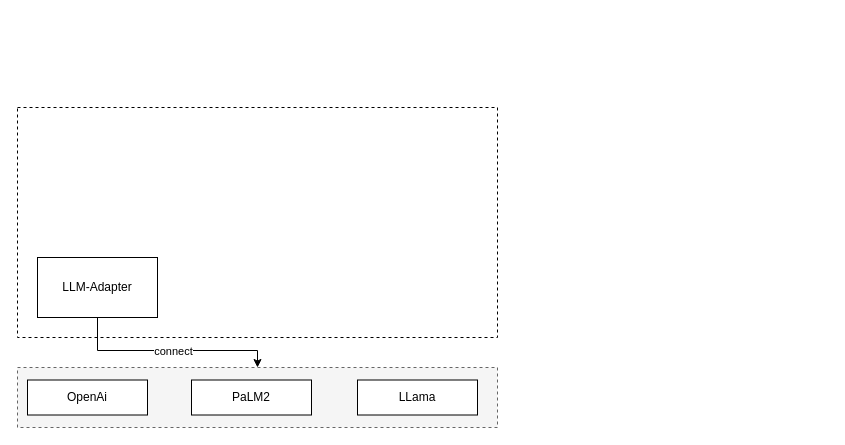
Above: agi_framework.drawio in learn2Pro/draw_io_save (draw.io), before the change. Source tidied: cells renumbered, new cells numbered last; positions are measured from the earlier drawing's top-left corner, leaving out a move shared by most shapes. Both pictures are drawn from the tidied source at 100%, with x=0, y=0 at pixel (17, 107).
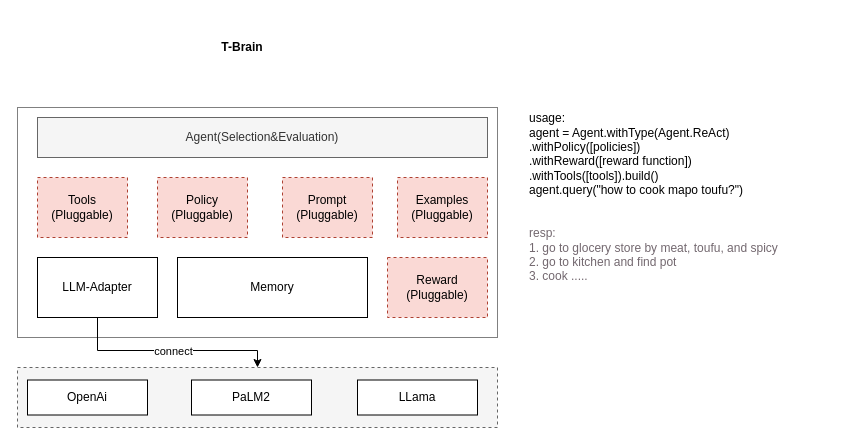
The same page after the edit.

Diff of the diagram source:
```diff
@@
-    <mxCell id="2" style="rounded=0;whiteSpace=wrap;html=1;dashed=1;" parent="1" vertex="1">
+    <mxCell id="2" style="rounded=0;whiteSpace=wrap;html=1;dashed=1;dashPattern=1 1;" parent="1" vertex="1">
       <mxGeometry width="480" height="230" as="geometry" />
     </mxCell>
@@
+    <mxCell id="10" value="Memory" style="rounded=0;whiteSpace=wrap;html=1;" parent="1" vertex="1">
+      <mxGeometry x="160" y="150" width="190" height="60" as="geometry" />
+    </mxCell>
+    <mxCell id="11" value="&lt;b&gt;T-Brain&lt;/b&gt;" style="text;html=1;strokeColor=none;fillColor=none;align=center;verticalAlign=middle;whiteSpace=wrap;rounded=0;" parent="1" vertex="1">
+      <mxGeometry x="110" y="-90" width="230" height="60" as="geometry" />
+    </mxCell>
+    <mxCell id="12" value="Tools&lt;br&gt;(Pluggable)" style="rounded=0;whiteSpace=wrap;html=1;fillColor=#fad9d5;strokeColor=#ae4132;dashed=1;" parent="1" vertex="1">
+      <mxGeometry x="20" y="70" width="90" height="60" as="geometry" />
+    </mxCell>
+    <mxCell id="13" value="Policy&lt;br&gt;(Pluggable)" style="rounded=0;whiteSpace=wrap;html=1;fillColor=#fad9d5;strokeColor=#ae4132;dashed=1;" parent="1" vertex="1">
+      <mxGeometry x="140" y="70" width="90" height="60" as="geometry" />
+    </mxCell>
+    <mxCell id="14" value="Prompt&lt;br&gt;(Pluggable)" style="rounded=0;whiteSpace=wrap;html=1;fillColor=#fad9d5;strokeColor=#ae4132;dashed=1;" parent="1" vertex="1">
+      <mxGeometry x="265" y="70" width="90" height="60" as="geometry" />
+    </mxCell>
+    <mxCell id="15" value="Examples&lt;br&gt;(Pluggable)" style="rounded=0;whiteSpace=wrap;html=1;fillColor=#fad9d5;strokeColor=#ae4132;dashed=1;" parent="1" vertex="1">
+      <mxGeometry x="380" y="70" width="90" height="60" as="geometry" />
+    </mxCell>
+    <mxCell id="16" value="Agent(Selection&amp;amp;Evaluation)" style="rounded=0;whiteSpace=wrap;html=1;fillColor=#f5f5f5;fontColor=#333333;strokeColor=#666666;" parent="1" vertex="1">
+      <mxGeometry x="20" y="10" width="450" height="40" as="geometry" />
+    </mxCell>
+    <mxCell id="17" value="Reward&lt;br&gt;(Pluggable)" style="rounded=0;whiteSpace=wrap;html=1;fillColor=#fad9d5;strokeColor=#ae4132;dashed=1;" parent="1" vertex="1">
+      <mxGeometry x="370" y="150" width="100" height="60" as="geometry" />
+    </mxCell>
+    <mxCell id="18" value="usage:&lt;br&gt;agent = Agent.withType(Agent.ReAct)&lt;br&gt;.withPolicy([policies])&lt;br&gt;.withReward([reward function])&lt;br&gt;.withTools([tools]).build()&lt;br&gt;agent.query(&quot;how to cook mapo toufu?&quot;)&lt;br&gt;&lt;br&gt;&lt;br&gt;&lt;font color=&quot;#73686f&quot;&gt;resp: &lt;br&gt;1. go to glocery store by meat, toufu, and spicy&lt;br&gt;2. go to kitchen and find pot&lt;br&gt;3. cook .....&lt;/font&gt;" style="text;html=1;strokeColor=none;fillColor=none;align=left;verticalAlign=middle;whiteSpace=wrap;rounded=0;" parent="1" vertex="1">
+      <mxGeometry x="510" width="300" height="180" as="geometry" />
+    </mxCell>
```
